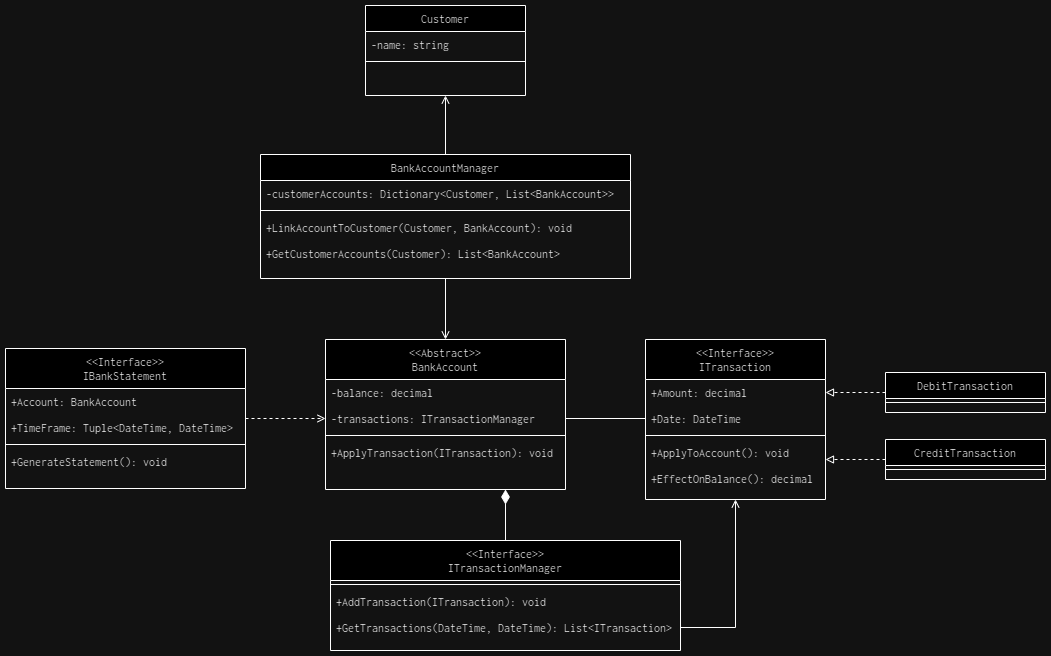
Before: CoreClassDiagram.png, a diagram exported from draw.io (boolean-uk/csharp-tdd-oop-bank-challenge). Source tidied: cells renumbered, new cells last; positions are measured from the earlier drawing's top-left corner, leaving out a move shared by most shapes. Source of this version:
```xml
<mxGraphModel>
  <root>
    <mxCell id="0" />
    <mxCell id="1" parent="0" />
    <mxCell id="2" value="Customer" style="swimlane;fontStyle=0;align=center;verticalAlign=top;horizontal=1;startSize=26;rounded=0;shadow=0;strokeWidth=1;fontFamily=Inconsolata;fontSource=https%3A%2F%2Ffonts.googleapis.com%2Fcss%3Ffamily%3DInconsolata;" parent="1" vertex="1">
      <mxGeometry x="360" width="160" height="90" as="geometry" />
    </mxCell>
    <mxCell id="3" value="-name: string" style="text;align=left;verticalAlign=top;spacingLeft=4;spacingRight=4;overflow=hidden;fontFamily=Inconsolata;fontSource=https%3A%2F%2Ffonts.googleapis.com%2Fcss%3Ffamily%3DInconsolata;" parent="2" vertex="1">
      <mxGeometry y="26" width="160" height="26" as="geometry" />
    </mxCell>
    <mxCell id="4" style="line;html=1;strokeWidth=1;align=left;verticalAlign=middle;spacingTop=-1;spacingLeft=3;spacingRight=3;labelPosition=right;fontFamily=Inconsolata;fontSource=https%3A%2F%2Ffonts.googleapis.com%2Fcss%3Ffamily%3DInconsolata;" parent="2" vertex="1">
      <mxGeometry y="52" width="160" height="8" as="geometry" />
    </mxCell>
    <mxCell id="5" value="&lt;&lt;Abstract&gt;&gt;&#10;BankAccount" style="swimlane;fontStyle=0;align=center;verticalAlign=top;horizontal=1;startSize=40;rounded=0;shadow=0;strokeWidth=1;fontFamily=Inconsolata;fontSource=https%3A%2F%2Ffonts.googleapis.com%2Fcss%3Ffamily%3DInconsolata;" parent="1" vertex="1">
      <mxGeometry x="320" y="334" width="240" height="150" as="geometry" />
    </mxCell>
    <mxCell id="6" value="-balance: decimal" style="text;align=left;verticalAlign=top;spacingLeft=4;spacingRight=4;overflow=hidden;rounded=0;shadow=0;html=0;fontFamily=Inconsolata;fontSource=https%3A%2F%2Ffonts.googleapis.com%2Fcss%3Ffamily%3DInconsolata;" parent="5" vertex="1">
      <mxGeometry y="40" width="240" height="26" as="geometry" />
    </mxCell>
    <mxCell id="7" value="-transactions: ITransactionManager" style="text;align=left;verticalAlign=top;spacingLeft=4;spacingRight=4;overflow=hidden;points=[[0,0.5],[1,0.5]];portConstraint=eastwest;rounded=0;shadow=0;html=0;fontFamily=Inconsolata;fontSource=https%3A%2F%2Ffonts.googleapis.com%2Fcss%3Ffamily%3DInconsolata;" parent="5" vertex="1">
      <mxGeometry y="66" width="240" height="26" as="geometry" />
    </mxCell>
    <mxCell id="8" style="line;html=1;strokeWidth=1;align=left;verticalAlign=middle;spacingTop=-1;spacingLeft=3;spacingRight=3;labelPosition=right;fontFamily=Inconsolata;fontSource=https%3A%2F%2Ffonts.googleapis.com%2Fcss%3Ffamily%3DInconsolata;" parent="5" vertex="1">
      <mxGeometry y="92" width="240" height="8" as="geometry" />
    </mxCell>
    <mxCell id="9" value="+ApplyTransaction(ITransaction): void" style="text;align=left;verticalAlign=top;spacingLeft=4;spacingRight=4;overflow=hidden;rounded=0;shadow=0;html=0;fontFamily=Inconsolata;fontSource=https%3A%2F%2Ffonts.googleapis.com%2Fcss%3Ffamily%3DInconsolata;" parent="5" vertex="1">
      <mxGeometry y="100" width="240" height="26" as="geometry" />
    </mxCell>
    <mxCell id="10" value="&lt;&lt;Interface&gt;&gt;&#10;ITransaction" style="swimlane;fontStyle=0;align=center;verticalAlign=top;horizontal=1;startSize=40;rounded=0;shadow=0;strokeWidth=1;fontFamily=Inconsolata;fontSource=https%3A%2F%2Ffonts.googleapis.com%2Fcss%3Ffamily%3DInconsolata;" parent="1" vertex="1">
      <mxGeometry x="640" y="334" width="180" height="160" as="geometry" />
    </mxCell>
    <mxCell id="11" value="+Amount: decimal" style="text;align=left;verticalAlign=top;spacingLeft=4;spacingRight=4;overflow=hidden;points=[[0,0.5],[1,0.5]];portConstraint=eastwest;fontFamily=Inconsolata;fontSource=https%3A%2F%2Ffonts.googleapis.com%2Fcss%3Ffamily%3DInconsolata;" parent="10" vertex="1">
      <mxGeometry y="40" width="180" height="26" as="geometry" />
    </mxCell>
    <mxCell id="12" value="+Date: DateTime" style="text;align=left;verticalAlign=top;spacingLeft=4;spacingRight=4;overflow=hidden;points=[[0,0.5],[1,0.5]];portConstraint=eastwest;rounded=0;shadow=0;html=0;fontFamily=Inconsolata;fontSource=https%3A%2F%2Ffonts.googleapis.com%2Fcss%3Ffamily%3DInconsolata;" parent="10" vertex="1">
      <mxGeometry y="66" width="180" height="26" as="geometry" />
    </mxCell>
    <mxCell id="13" style="line;html=1;strokeWidth=1;align=left;verticalAlign=middle;spacingTop=-1;spacingLeft=3;spacingRight=3;labelPosition=right;fontFamily=Inconsolata;fontSource=https%3A%2F%2Ffonts.googleapis.com%2Fcss%3Ffamily%3DInconsolata;" parent="10" vertex="1">
      <mxGeometry y="92" width="180" height="8" as="geometry" />
    </mxCell>
    <mxCell id="14" value="+ApplyToAccount(): void" style="text;align=left;verticalAlign=top;spacingLeft=4;spacingRight=4;overflow=hidden;rounded=0;shadow=0;html=0;fontFamily=Inconsolata;fontSource=https%3A%2F%2Ffonts.googleapis.com%2Fcss%3Ffamily%3DInconsolata;" parent="10" vertex="1">
      <mxGeometry y="100" width="180" height="26" as="geometry" />
    </mxCell>
    <mxCell id="15" value="+EffectOnBalance(): decimal" style="text;align=left;verticalAlign=top;spacingLeft=4;spacingRight=4;overflow=hidden;rounded=0;shadow=0;html=0;fontFamily=Inconsolata;fontSource=https%3A%2F%2Ffonts.googleapis.com%2Fcss%3Ffamily%3DInconsolata;" parent="10" vertex="1">
      <mxGeometry y="126" width="180" height="26" as="geometry" />
    </mxCell>
    <mxCell id="16" style="edgeStyle=orthogonalEdgeStyle;rounded=0;jettySize=auto;html=1;entryX=0.5;entryY=1;entryDx=0;entryDy=0;endArrow=open;endFill=0;" parent="1" edge="1" source="18" target="2">
      <mxGeometry relative="1" as="geometry" />
    </mxCell>
    <mxCell id="17" style="edgeStyle=orthogonalEdgeStyle;rounded=0;jettySize=auto;html=1;entryX=0.5;entryY=0;entryDx=0;entryDy=0;endArrow=open;endFill=0;" parent="1" edge="1" source="18" target="5">
      <mxGeometry relative="1" as="geometry" />
    </mxCell>
    <mxCell id="18" value="BankAccountManager" style="swimlane;fontStyle=0;align=center;verticalAlign=top;horizontal=1;startSize=26;rounded=0;shadow=0;strokeWidth=1;fontFamily=Inconsolata;fontSource=https%3A%2F%2Ffonts.googleapis.com%2Fcss%3Ffamily%3DInconsolata;" parent="1" vertex="1">
      <mxGeometry x="255" y="149" width="370" height="124" as="geometry" />
    </mxCell>
    <mxCell id="19" value="-customerAccounts: Dictionary&lt;Customer, List&lt;BankAccount&gt;&gt; " style="text;align=left;verticalAlign=top;spacingLeft=4;spacingRight=4;overflow=hidden;fontFamily=Inconsolata;fontSource=https%3A%2F%2Ffonts.googleapis.com%2Fcss%3Ffamily%3DInconsolata;" parent="18" vertex="1">
      <mxGeometry y="26" width="370" height="26" as="geometry" />
    </mxCell>
    <mxCell id="20" style="line;html=1;strokeWidth=1;align=left;verticalAlign=middle;spacingTop=-1;spacingLeft=3;spacingRight=3;labelPosition=right;fontFamily=Inconsolata;fontSource=https%3A%2F%2Ffonts.googleapis.com%2Fcss%3Ffamily%3DInconsolata;" parent="18" vertex="1">
      <mxGeometry y="52" width="370" height="8" as="geometry" />
    </mxCell>
    <mxCell id="21" value="+LinkAccountToCustomer(Customer, BankAccount): void" style="text;align=left;verticalAlign=top;spacingLeft=4;spacingRight=4;overflow=hidden;rounded=0;shadow=0;html=0;fontFamily=Inconsolata;fontSource=https%3A%2F%2Ffonts.googleapis.com%2Fcss%3Ffamily%3DInconsolata;" parent="18" vertex="1">
      <mxGeometry y="60" width="370" height="26" as="geometry" />
    </mxCell>
    <mxCell id="22" value="+GetCustomerAccounts(Customer): List&lt;BankAccount&gt;" style="text;align=left;verticalAlign=top;spacingLeft=4;spacingRight=4;overflow=hidden;rounded=0;shadow=0;html=0;fontFamily=Inconsolata;fontSource=https%3A%2F%2Ffonts.googleapis.com%2Fcss%3Ffamily%3DInconsolata;" parent="18" vertex="1">
      <mxGeometry y="86" width="370" height="26" as="geometry" />
    </mxCell>
    <mxCell id="23" style="edgeStyle=orthogonalEdgeStyle;rounded=0;jettySize=auto;html=1;entryX=0.75;entryY=1;entryDx=0;entryDy=0;endArrow=diamondThin;endFill=1;endSize=12;" parent="1" edge="1" source="24" target="5">
      <mxGeometry relative="1" as="geometry" />
    </mxCell>
    <mxCell id="24" value="&lt;&lt;Interface&gt;&gt;&#10;ITransactionManager" style="swimlane;fontStyle=0;align=center;verticalAlign=top;horizontal=1;startSize=40;rounded=0;shadow=0;strokeWidth=1;fontFamily=Inconsolata;fontSource=https%3A%2F%2Ffonts.googleapis.com%2Fcss%3Ffamily%3DInconsolata;" parent="1" vertex="1">
      <mxGeometry x="325" y="535" width="350" height="110" as="geometry" />
    </mxCell>
    <mxCell id="25" style="line;html=1;strokeWidth=1;align=left;verticalAlign=middle;spacingTop=-1;spacingLeft=3;spacingRight=3;labelPosition=right;fontFamily=Inconsolata;fontSource=https%3A%2F%2Ffonts.googleapis.com%2Fcss%3Ffamily%3DInconsolata;" parent="24" vertex="1">
      <mxGeometry y="40" width="350" height="8" as="geometry" />
    </mxCell>
    <mxCell id="26" value="+AddTransaction(ITransaction): void" style="text;align=left;verticalAlign=top;spacingLeft=4;spacingRight=4;overflow=hidden;rounded=0;shadow=0;html=0;fontFamily=Inconsolata;fontSource=https%3A%2F%2Ffonts.googleapis.com%2Fcss%3Ffamily%3DInconsolata;" parent="24" vertex="1">
      <mxGeometry y="48" width="350" height="26" as="geometry" />
    </mxCell>
    <mxCell id="27" value="+GetTransactions(DateTime, DateTime): List&lt;ITransaction&gt;" style="text;align=left;verticalAlign=top;spacingLeft=4;spacingRight=4;overflow=hidden;points=[[0,0.5],[1,0.5]];portConstraint=eastwest;rounded=0;shadow=0;html=0;fontFamily=Inconsolata;fontSource=https%3A%2F%2Ffonts.googleapis.com%2Fcss%3Ffamily%3DInconsolata;" parent="24" vertex="1">
      <mxGeometry y="74" width="350" height="26" as="geometry" />
    </mxCell>
    <mxCell id="28" style="edgeStyle=orthogonalEdgeStyle;rounded=0;jettySize=auto;html=1;entryX=0.5;entryY=1;entryDx=0;entryDy=0;endArrow=open;endFill=0;" parent="1" edge="1" source="27" target="10">
      <mxGeometry relative="1" as="geometry" />
    </mxCell>
    <mxCell id="29" style="edgeStyle=orthogonalEdgeStyle;rounded=0;jettySize=auto;html=1;entryX=1;entryY=0.5;entryDx=0;entryDy=0;endArrow=block;endFill=0;dashed=1;" parent="1" edge="1" source="30" target="11">
      <mxGeometry relative="1" as="geometry" />
    </mxCell>
    <mxCell id="30" value="DebitTransaction" style="swimlane;fontStyle=0;align=center;verticalAlign=top;horizontal=1;startSize=26;rounded=0;shadow=0;strokeWidth=1;fontFamily=Inconsolata;fontSource=https%3A%2F%2Ffonts.googleapis.com%2Fcss%3Ffamily%3DInconsolata;" parent="1" vertex="1">
      <mxGeometry x="880" y="367" width="160" height="40" as="geometry" />
    </mxCell>
    <mxCell id="31" style="line;html=1;strokeWidth=1;align=left;verticalAlign=middle;spacingTop=-1;spacingLeft=3;spacingRight=3;labelPosition=right;fontFamily=Inconsolata;fontSource=https%3A%2F%2Ffonts.googleapis.com%2Fcss%3Ffamily%3DInconsolata;" parent="30" vertex="1">
      <mxGeometry y="26" width="160" height="8" as="geometry" />
    </mxCell>
    <mxCell id="32" style="edgeStyle=orthogonalEdgeStyle;rounded=0;jettySize=auto;html=1;entryX=1;entryY=0.75;entryDx=0;entryDy=0;endArrow=block;endFill=0;dashed=1;" parent="1" edge="1" source="33" target="10">
      <mxGeometry relative="1" as="geometry" />
    </mxCell>
    <mxCell id="33" value="CreditTransaction" style="swimlane;fontStyle=0;align=center;verticalAlign=top;horizontal=1;startSize=26;rounded=0;shadow=0;strokeWidth=1;fontFamily=Inconsolata;fontSource=https%3A%2F%2Ffonts.googleapis.com%2Fcss%3Ffamily%3DInconsolata;" parent="1" vertex="1">
      <mxGeometry x="880" y="434" width="160" height="40" as="geometry" />
    </mxCell>
    <mxCell id="34" style="line;html=1;strokeWidth=1;align=left;verticalAlign=middle;spacingTop=-1;spacingLeft=3;spacingRight=3;labelPosition=right;fontFamily=Inconsolata;fontSource=https%3A%2F%2Ffonts.googleapis.com%2Fcss%3Ffamily%3DInconsolata;" parent="33" vertex="1">
      <mxGeometry y="26" width="160" height="8" as="geometry" />
    </mxCell>
    <mxCell id="35" style="edgeStyle=orthogonalEdgeStyle;rounded=0;jettySize=auto;html=1;entryX=0;entryY=0.5;entryDx=0;entryDy=0;dashed=1;endArrow=open;endFill=0;" parent="1" edge="1" source="36" target="7">
      <mxGeometry relative="1" as="geometry" />
    </mxCell>
    <mxCell id="36" value="&lt;&lt;Interface&gt;&gt;&#10;IBankStatement" style="swimlane;fontStyle=0;align=center;verticalAlign=top;horizontal=1;startSize=40;rounded=0;shadow=0;strokeWidth=1;fontFamily=Inconsolata;fontSource=https%3A%2F%2Ffonts.googleapis.com%2Fcss%3Ffamily%3DInconsolata;" parent="1" vertex="1">
      <mxGeometry y="343" width="240" height="140" as="geometry" />
    </mxCell>
    <mxCell id="37" value="+Account: BankAccount" style="text;align=left;verticalAlign=top;spacingLeft=4;spacingRight=4;overflow=hidden;fontFamily=Inconsolata;fontSource=https%3A%2F%2Ffonts.googleapis.com%2Fcss%3Ffamily%3DInconsolata;" parent="36" vertex="1">
      <mxGeometry y="40" width="240" height="26" as="geometry" />
    </mxCell>
    <mxCell id="38" value="+TimeFrame: Tuple&lt;DateTime, DateTime&gt;" style="text;align=left;verticalAlign=top;spacingLeft=4;spacingRight=4;overflow=hidden;rounded=0;shadow=0;html=0;fontFamily=Inconsolata;fontSource=https%3A%2F%2Ffonts.googleapis.com%2Fcss%3Ffamily%3DInconsolata;" parent="36" vertex="1">
      <mxGeometry y="66" width="240" height="26" as="geometry" />
    </mxCell>
    <mxCell id="39" style="line;html=1;strokeWidth=1;align=left;verticalAlign=middle;spacingTop=-1;spacingLeft=3;spacingRight=3;labelPosition=right;fontFamily=Inconsolata;fontSource=https%3A%2F%2Ffonts.googleapis.com%2Fcss%3Ffamily%3DInconsolata;" parent="36" vertex="1">
      <mxGeometry y="92" width="240" height="8" as="geometry" />
    </mxCell>
    <mxCell id="40" value="+GenerateStatement(): void" style="text;align=left;verticalAlign=top;spacingLeft=4;spacingRight=4;overflow=hidden;rounded=0;shadow=0;html=0;fontFamily=Inconsolata;fontSource=https%3A%2F%2Ffonts.googleapis.com%2Fcss%3Ffamily%3DInconsolata;" parent="36" vertex="1">
      <mxGeometry y="100" width="240" height="26" as="geometry" />
    </mxCell>
    <mxCell id="41" style="edgeStyle=orthogonalEdgeStyle;rounded=0;jettySize=auto;html=1;exitX=1;exitY=0.5;exitDx=0;exitDy=0;entryX=0;entryY=0.5;entryDx=0;entryDy=0;endArrow=none;endFill=0;" parent="1" edge="1" source="7" target="12">
      <mxGeometry relative="1" as="geometry" />
    </mxCell>
  </root>
</mxGraphModel>
```
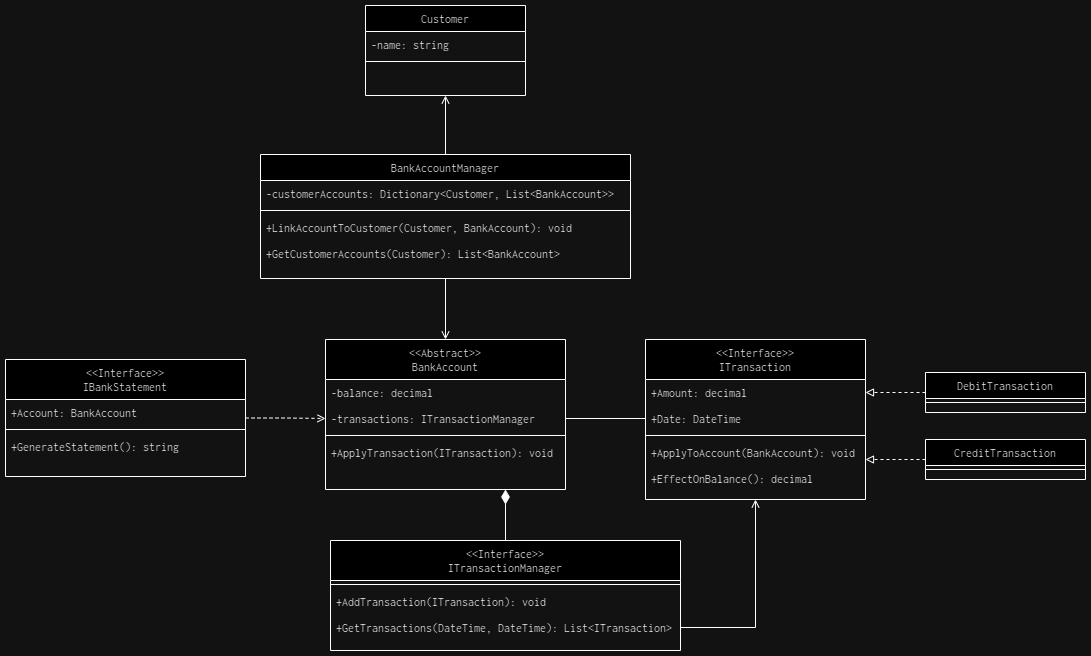
The same diagram one commit later.

Change to the diagram source:
```diff
@@ -27,22 +27,22 @@
       <mxGeometry y="100" width="240" height="26" as="geometry" />
     </mxCell>
     <mxCell id="10" value="&lt;&lt;Interface&gt;&gt;&#10;ITransaction" style="swimlane;fontStyle=0;align=center;verticalAlign=top;horizontal=1;startSize=40;rounded=0;shadow=0;strokeWidth=1;fontFamily=Inconsolata;fontSource=https%3A%2F%2Ffonts.googleapis.com%2Fcss%3Ffamily%3DInconsolata;" parent="1" vertex="1">
-      <mxGeometry x="640" y="334" width="180" height="160" as="geometry" />
+      <mxGeometry x="640" y="334" width="220" height="160" as="geometry" />
     </mxCell>
     <mxCell id="11" value="+Amount: decimal" style="text;align=left;verticalAlign=top;spacingLeft=4;spacingRight=4;overflow=hidden;points=[[0,0.5],[1,0.5]];portConstraint=eastwest;fontFamily=Inconsolata;fontSource=https%3A%2F%2Ffonts.googleapis.com%2Fcss%3Ffamily%3DInconsolata;" parent="10" vertex="1">
-      <mxGeometry y="40" width="180" height="26" as="geometry" />
+      <mxGeometry y="40" width="220" height="26" as="geometry" />
     </mxCell>
     <mxCell id="12" value="+Date: DateTime" style="text;align=left;verticalAlign=top;spacingLeft=4;spacingRight=4;overflow=hidden;points=[[0,0.5],[1,0.5]];portConstraint=eastwest;rounded=0;shadow=0;html=0;fontFamily=Inconsolata;fontSource=https%3A%2F%2Ffonts.googleapis.com%2Fcss%3Ffamily%3DInconsolata;" parent="10" vertex="1">
-      <mxGeometry y="66" width="180" height="26" as="geometry" />
+      <mxGeometry y="66" width="220" height="26" as="geometry" />
     </mxCell>
     <mxCell id="13" style="line;html=1;strokeWidth=1;align=left;verticalAlign=middle;spacingTop=-1;spacingLeft=3;spacingRight=3;labelPosition=right;fontFamily=Inconsolata;fontSource=https%3A%2F%2Ffonts.googleapis.com%2Fcss%3Ffamily%3DInconsolata;" parent="10" vertex="1">
-      <mxGeometry y="92" width="180" height="8" as="geometry" />
+      <mxGeometry y="92" width="220" height="8" as="geometry" />
     </mxCell>
-    <mxCell id="14" value="+ApplyToAccount(): void" style="text;align=left;verticalAlign=top;spacingLeft=4;spacingRight=4;overflow=hidden;rounded=0;shadow=0;html=0;fontFamily=Inconsolata;fontSource=https%3A%2F%2Ffonts.googleapis.com%2Fcss%3Ffamily%3DInconsolata;" parent="10" vertex="1">
-      <mxGeometry y="100" width="180" height="26" as="geometry" />
+    <mxCell id="14" value="+ApplyToAccount(BankAccount): void" style="text;align=left;verticalAlign=top;spacingLeft=4;spacingRight=4;overflow=hidden;rounded=0;shadow=0;html=0;fontFamily=Inconsolata;fontSource=https%3A%2F%2Ffonts.googleapis.com%2Fcss%3Ffamily%3DInconsolata;" parent="10" vertex="1">
+      <mxGeometry y="100" width="220" height="26" as="geometry" />
     </mxCell>
     <mxCell id="15" value="+EffectOnBalance(): decimal" style="text;align=left;verticalAlign=top;spacingLeft=4;spacingRight=4;overflow=hidden;rounded=0;shadow=0;html=0;fontFamily=Inconsolata;fontSource=https%3A%2F%2Ffonts.googleapis.com%2Fcss%3Ffamily%3DInconsolata;" parent="10" vertex="1">
-      <mxGeometry y="126" width="180" height="26" as="geometry" />
+      <mxGeometry y="126" width="220" height="26" as="geometry" />
     </mxCell>
     <mxCell id="16" style="edgeStyle=orthogonalEdgeStyle;rounded=0;jettySize=auto;html=1;entryX=0.5;entryY=1;entryDx=0;entryDy=0;endArrow=open;endFill=0;" parent="1" edge="1" source="18" target="2">
       <mxGeometry relative="1" as="geometry" />
@@ -87,7 +87,7 @@
       <mxGeometry relative="1" as="geometry" />
     </mxCell>
     <mxCell id="30" value="DebitTransaction" style="swimlane;fontStyle=0;align=center;verticalAlign=top;horizontal=1;startSize=26;rounded=0;shadow=0;strokeWidth=1;fontFamily=Inconsolata;fontSource=https%3A%2F%2Ffonts.googleapis.com%2Fcss%3Ffamily%3DInconsolata;" parent="1" vertex="1">
-      <mxGeometry x="880" y="367" width="160" height="40" as="geometry" />
+      <mxGeometry x="920" y="367" width="160" height="40" as="geometry" />
     </mxCell>
     <mxCell id="31" style="line;html=1;strokeWidth=1;align=left;verticalAlign=middle;spacingTop=-1;spacingLeft=3;spacingRight=3;labelPosition=right;fontFamily=Inconsolata;fontSource=https%3A%2F%2Ffonts.googleapis.com%2Fcss%3Ffamily%3DInconsolata;" parent="30" vertex="1">
       <mxGeometry y="26" width="160" height="8" as="geometry" />
@@ -96,7 +96,7 @@
       <mxGeometry relative="1" as="geometry" />
     </mxCell>
     <mxCell id="33" value="CreditTransaction" style="swimlane;fontStyle=0;align=center;verticalAlign=top;horizontal=1;startSize=26;rounded=0;shadow=0;strokeWidth=1;fontFamily=Inconsolata;fontSource=https%3A%2F%2Ffonts.googleapis.com%2Fcss%3Ffamily%3DInconsolata;" parent="1" vertex="1">
-      <mxGeometry x="880" y="434" width="160" height="40" as="geometry" />
+      <mxGeometry x="920" y="434" width="160" height="40" as="geometry" />
     </mxCell>
     <mxCell id="34" style="line;html=1;strokeWidth=1;align=left;verticalAlign=middle;spacingTop=-1;spacingLeft=3;spacingRight=3;labelPosition=right;fontFamily=Inconsolata;fontSource=https%3A%2F%2Ffonts.googleapis.com%2Fcss%3Ffamily%3DInconsolata;" parent="33" vertex="1">
       <mxGeometry y="26" width="160" height="8" as="geometry" />
@@ -105,19 +105,16 @@
       <mxGeometry relative="1" as="geometry" />
     </mxCell>
     <mxCell id="36" value="&lt;&lt;Interface&gt;&gt;&#10;IBankStatement" style="swimlane;fontStyle=0;align=center;verticalAlign=top;horizontal=1;startSize=40;rounded=0;shadow=0;strokeWidth=1;fontFamily=Inconsolata;fontSource=https%3A%2F%2Ffonts.googleapis.com%2Fcss%3Ffamily%3DInconsolata;" parent="1" vertex="1">
-      <mxGeometry y="343" width="240" height="140" as="geometry" />
+      <mxGeometry y="354" width="240" height="117" as="geometry" />
     </mxCell>
     <mxCell id="37" value="+Account: BankAccount" style="text;align=left;verticalAlign=top;spacingLeft=4;spacingRight=4;overflow=hidden;fontFamily=Inconsolata;fontSource=https%3A%2F%2Ffonts.googleapis.com%2Fcss%3Ffamily%3DInconsolata;" parent="36" vertex="1">
       <mxGeometry y="40" width="240" height="26" as="geometry" />
     </mxCell>
-    <mxCell id="38" value="+TimeFrame: Tuple&lt;DateTime, DateTime&gt;" style="text;align=left;verticalAlign=top;spacingLeft=4;spacingRight=4;overflow=hidden;rounded=0;shadow=0;html=0;fontFamily=Inconsolata;fontSource=https%3A%2F%2Ffonts.googleapis.com%2Fcss%3Ffamily%3DInconsolata;" parent="36" vertex="1">
-      <mxGeometry y="66" width="240" height="26" as="geometry" />
-    </mxCell>
     <mxCell id="39" style="line;html=1;strokeWidth=1;align=left;verticalAlign=middle;spacingTop=-1;spacingLeft=3;spacingRight=3;labelPosition=right;fontFamily=Inconsolata;fontSource=https%3A%2F%2Ffonts.googleapis.com%2Fcss%3Ffamily%3DInconsolata;" parent="36" vertex="1">
-      <mxGeometry y="92" width="240" height="8" as="geometry" />
+      <mxGeometry y="66" width="240" height="8" as="geometry" />
     </mxCell>
-    <mxCell id="40" value="+GenerateStatement(): void" style="text;align=left;verticalAlign=top;spacingLeft=4;spacingRight=4;overflow=hidden;rounded=0;shadow=0;html=0;fontFamily=Inconsolata;fontSource=https%3A%2F%2Ffonts.googleapis.com%2Fcss%3Ffamily%3DInconsolata;" parent="36" vertex="1">
-      <mxGeometry y="100" width="240" height="26" as="geometry" />
+    <mxCell id="40" value="+GenerateStatement(): string" style="text;align=left;verticalAlign=top;spacingLeft=4;spacingRight=4;overflow=hidden;rounded=0;shadow=0;html=0;fontFamily=Inconsolata;fontSource=https%3A%2F%2Ffonts.googleapis.com%2Fcss%3Ffamily%3DInconsolata;" parent="36" vertex="1">
+      <mxGeometry y="74" width="240" height="26" as="geometry" />
     </mxCell>
     <mxCell id="41" style="edgeStyle=orthogonalEdgeStyle;rounded=0;jettySize=auto;html=1;exitX=1;exitY=0.5;exitDx=0;exitDy=0;entryX=0;entryY=0.5;entryDx=0;entryDy=0;endArrow=none;endFill=0;" parent="1" edge="1" source="7" target="12">
       <mxGeometry relative="1" as="geometry" />
```
